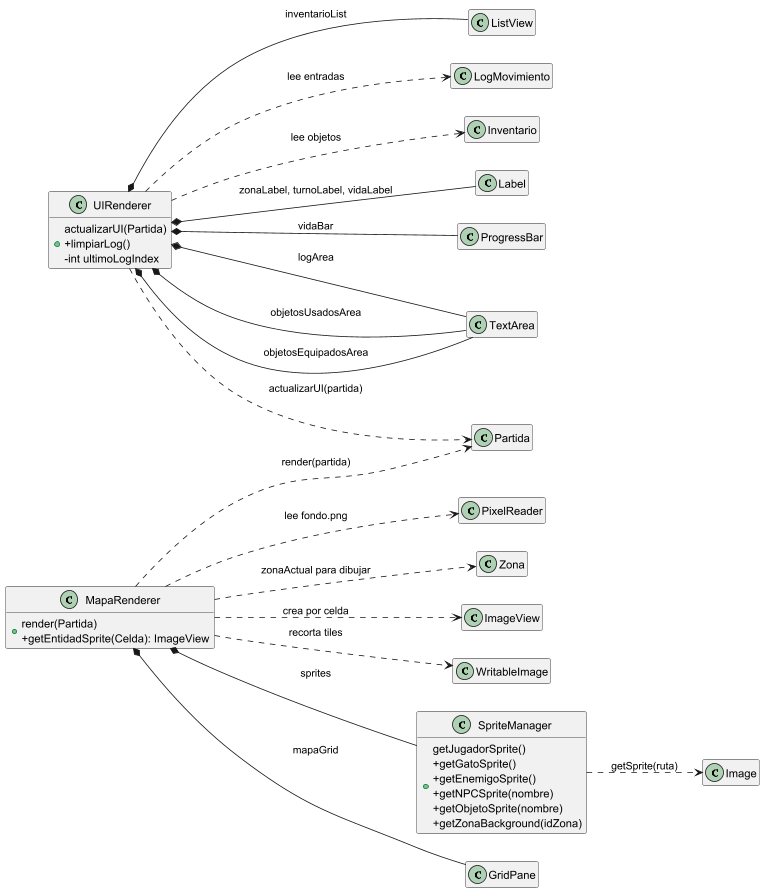
Above: UMLs/clases_vista.png in isagonz3/JuegoPracticaFinal (PlantUML), before the change. Source of this version:
```plantuml
@startuml
left to right direction
hide empty members


class MapaRenderer
class UIRenderer
class SpriteManager

MapaRenderer *-- GridPane : mapaGrid
MapaRenderer *-- SpriteManager : sprites
MapaRenderer ..> Partida : render(partida)
MapaRenderer ..> Zona : zonaActual para dibujar
MapaRenderer ..> ImageView : crea por celda
MapaRenderer ..> WritableImage : recorta tiles
MapaRenderer ..> PixelReader : lee fondo.png
MapaRenderer : +render(Partida)\n+getEntidadSprite(Celda): ImageView

UIRenderer *-- Label : zonaLabel, turnoLabel, vidaLabel
UIRenderer *-- ProgressBar : vidaBar
UIRenderer *-- TextArea : logArea
UIRenderer *-- ListView : inventarioList
UIRenderer *-- TextArea : objetosUsadosArea
UIRenderer *-- TextArea : objetosEquipadosArea
UIRenderer ..> Partida : actualizarUI(partida)
UIRenderer ..> LogMovimiento : lee entradas
UIRenderer ..> Inventario : lee objetos
UIRenderer : +actualizarUI(Partida)\n+limpiarLog()\n-int ultimoLogIndex

SpriteManager ..> Image : getSprite(ruta)
SpriteManager : +getJugadorSprite()\n+getGatoSprite()\n+getEnemigoSprite()\n+getNPCSprite(nombre)\n+getObjetoSprite(nombre)\n+getZonaBackground(idZona)
@enduml
```
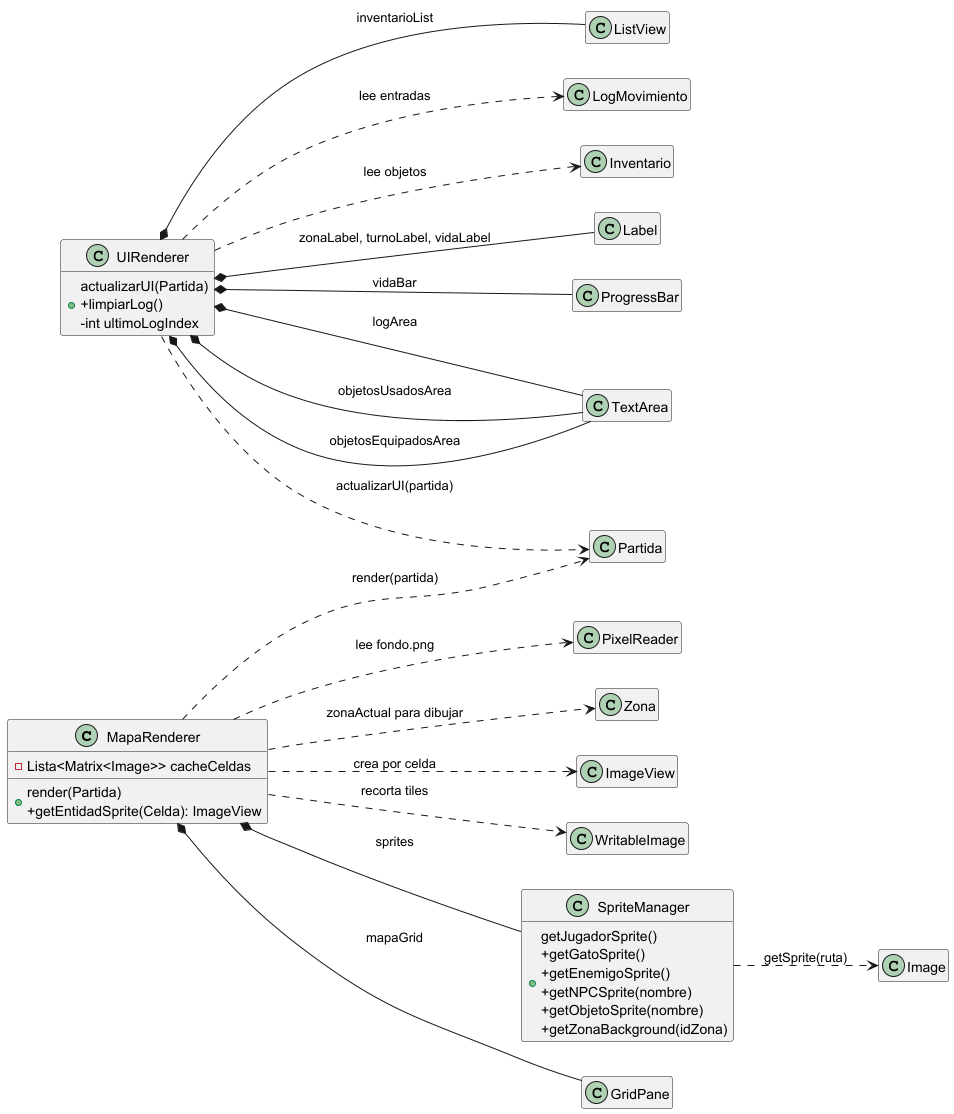
The same diagram one commit later.

The edit, as a diff of the source:
```diff
@@ -15,6 +15,7 @@
 MapaRenderer ..> WritableImage : recorta tiles
 MapaRenderer ..> PixelReader : lee fondo.png
 MapaRenderer : +render(Partida)\n+getEntidadSprite(Celda): ImageView
+MapaRenderer : -Lista<Matrix<Image>> cacheCeldas
 
 UIRenderer *-- Label : zonaLabel, turnoLabel, vidaLabel
 UIRenderer *-- ProgressBar : vidaBar
```
